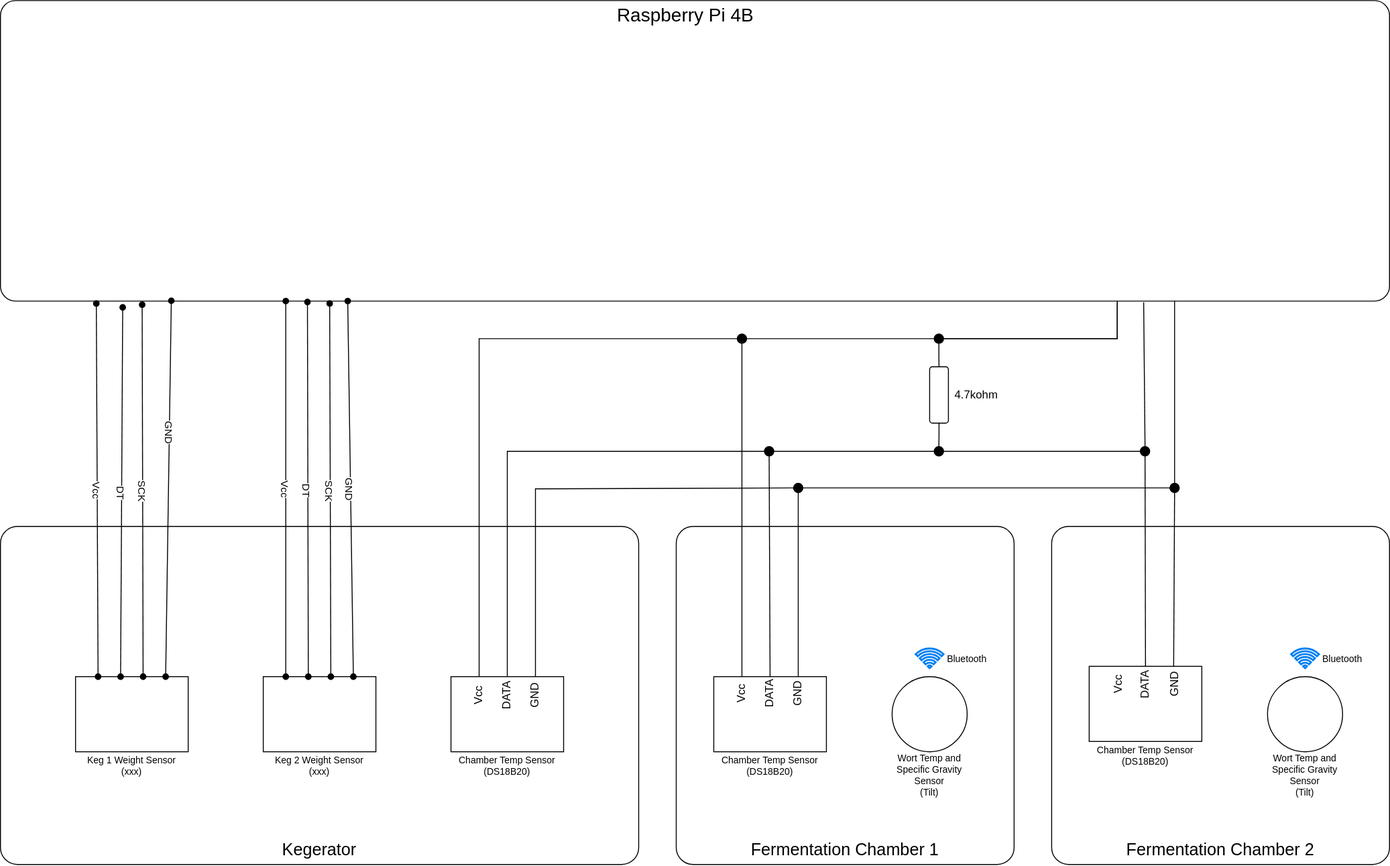
This is BreweryMonitor.drawio.svg from austinshinkle/OB_BreweryMonitor, a draw.io export, as it was before one commit. Source tidied: cells renumbered, new cells last; positions are measured from the earlier drawing's top-left corner, leaving out a move shared by most shapes.
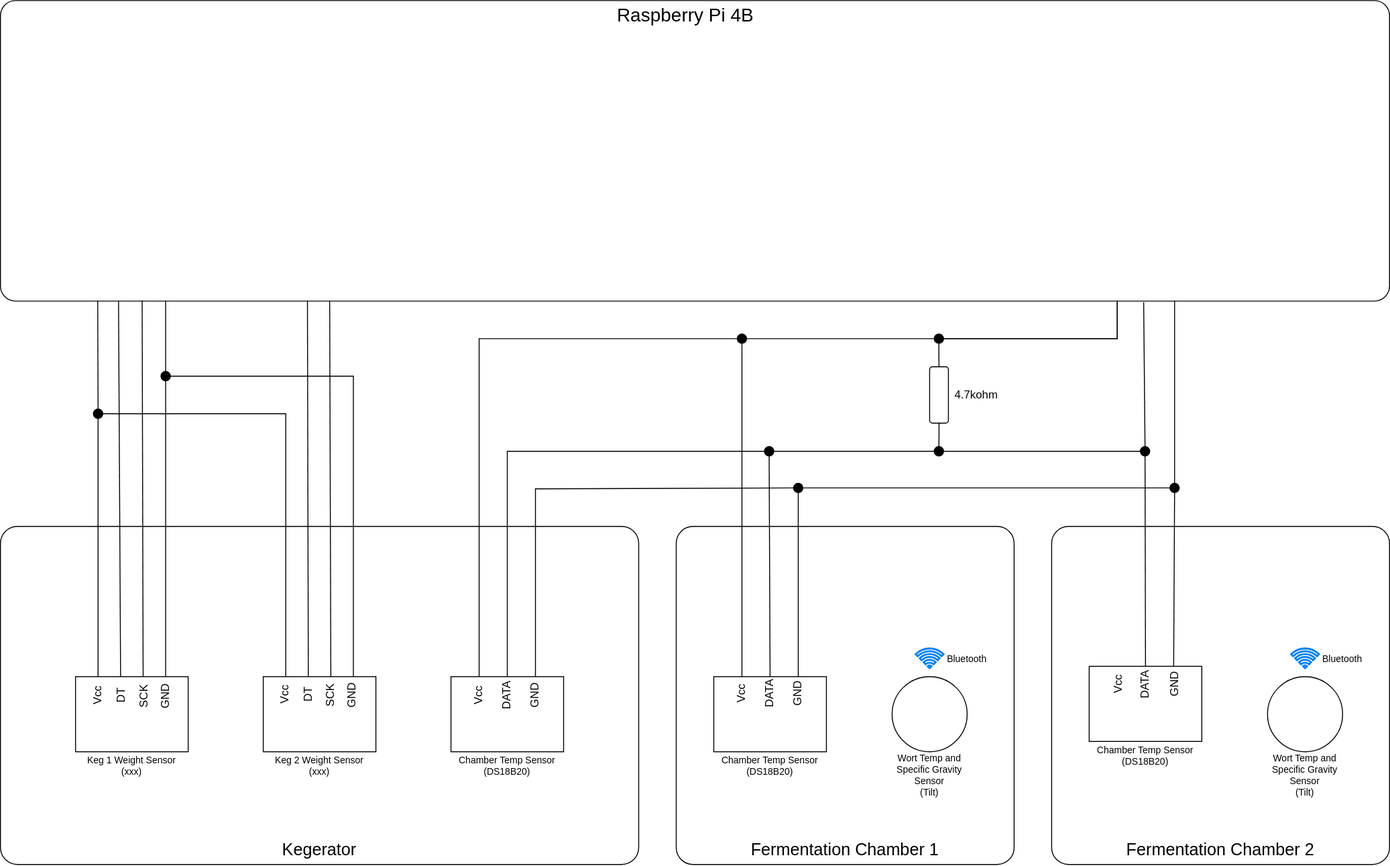
Later version of the same file.

What changed in the source:
```diff
@@ -5,7 +5,7 @@
     <mxCell id="2" style="rounded=1;whiteSpace=wrap;html=1;arcSize=5;" parent="1" vertex="1">
       <mxGeometry width="1480" height="320" as="geometry" />
     </mxCell>
-    <mxCell id="3" value="fd" style="rounded=1;whiteSpace=wrap;html=1;arcSize=5;" parent="1" vertex="1">
+    <mxCell id="3" value="fd" style="rounded=1;whiteSpace=wrap;html=1;arcSize=5;fillColor=none;" parent="1" vertex="1">
       <mxGeometry y="560" width="680" height="360" as="geometry" />
     </mxCell>
     <mxCell id="4" style="rounded=1;whiteSpace=wrap;html=1;arcSize=5;" parent="1" vertex="1">
@@ -32,32 +32,12 @@
     <mxCell id="11" value="Bluetooth" style="text;html=1;align=center;verticalAlign=middle;whiteSpace=wrap;rounded=0;fontSize=10;" parent="1" vertex="1">
       <mxGeometry x="1404.8" y="691" width="50" height="20" as="geometry" />
     </mxCell>
-    <mxCell id="12" style="endArrow=oval;html=1;rounded=0;entryX=0.2;entryY=0;entryDx=0;entryDy=0;entryPerimeter=0;endFill=1;startArrow=oval;startFill=1;" parent="1" edge="1" target="6">
-      <mxGeometry relative="1" as="geometry">
-        <mxPoint x="304" y="320" as="sourcePoint" />
-      </mxGeometry>
-    </mxCell>
-    <mxCell id="13" value="Vcc" style="edgeLabel;html=1;align=center;verticalAlign=middle;rotation=90;" parent="12" vertex="1">
-      <mxGeometry relative="1" as="geometry" />
-    </mxCell>
-    <mxCell id="14" style="endArrow=oval;html=1;rounded=0;entryX=0.8;entryY=0;entryDx=0;entryDy=0;entryPerimeter=0;endFill=1;startArrow=oval;startFill=1;exitX=0.25;exitY=1;exitDx=0;exitDy=0;" parent="1" edge="1" source="2" target="6">
-      <mxGeometry relative="1" as="geometry" />
-    </mxCell>
-    <mxCell id="15" value="GND" style="edgeLabel;html=1;align=center;verticalAlign=middle;rotation=90;" parent="14" vertex="1">
-      <mxGeometry relative="1" as="geometry" />
-    </mxCell>
-    <mxCell id="16" style="endArrow=oval;html=1;rounded=0;entryX=0.4;entryY=0;entryDx=0;entryDy=0;entryPerimeter=0;endFill=1;startArrow=oval;startFill=1;exitX=0.221;exitY=1.003;exitDx=0;exitDy=0;exitPerimeter=0;" parent="1" edge="1" source="2" target="6">
+    <mxCell id="16" style="endArrow=none;html=1;rounded=0;entryX=0.4;entryY=0;entryDx=0;entryDy=0;entryPerimeter=0;endFill=0;startArrow=none;startFill=0;exitX=0.221;exitY=1;exitDx=0;exitDy=0;exitPerimeter=0;" parent="1" edge="1" source="2" target="6">
       <mxGeometry relative="1" as="geometry" />
     </mxCell>
-    <mxCell id="17" value="DT" style="edgeLabel;html=1;align=center;verticalAlign=middle;rotation=90;" parent="16" vertex="1">
-      <mxGeometry relative="1" as="geometry" />
-    </mxCell>
-    <mxCell id="18" style="endArrow=oval;html=1;rounded=0;entryX=0.6;entryY=0;entryDx=0;entryDy=0;entryPerimeter=0;endFill=1;startArrow=oval;startFill=1;exitX=0.237;exitY=1.008;exitDx=0;exitDy=0;exitPerimeter=0;" parent="1" edge="1" source="2" target="6">
+    <mxCell id="18" style="endArrow=none;html=1;rounded=0;entryX=0.6;entryY=0;entryDx=0;entryDy=0;entryPerimeter=0;endFill=0;startArrow=none;startFill=0;exitX=0.237;exitY=1;exitDx=0;exitDy=0;exitPerimeter=0;" parent="1" edge="1" source="2" target="6">
       <mxGeometry relative="1" as="geometry" />
     </mxCell>
-    <mxCell id="19" value="SCK" style="edgeLabel;html=1;align=center;verticalAlign=middle;rotation=90;" parent="18" vertex="1">
-      <mxGeometry relative="1" as="geometry" />
-    </mxCell>
     <mxCell id="20" style="rounded=1;whiteSpace=wrap;html=1;arcSize=5;" parent="1" vertex="1">
       <mxGeometry x="720" y="560" width="360" height="360" as="geometry" />
     </mxCell>
@@ -79,32 +59,18 @@
     <mxCell id="26" value="Bluetooth" style="text;html=1;align=center;verticalAlign=middle;whiteSpace=wrap;rounded=0;fontSize=10;" parent="1" vertex="1">
       <mxGeometry x="1004.8" y="691" width="50" height="20" as="geometry" />
     </mxCell>
-    <mxCell id="27" style="endArrow=oval;html=1;rounded=0;entryX=0.2;entryY=0;entryDx=0;entryDy=0;entryPerimeter=0;exitX=0.069;exitY=1.008;exitDx=0;exitDy=0;exitPerimeter=0;endFill=1;startArrow=oval;startFill=1;" parent="1" edge="1" source="2" target="22">
+    <mxCell id="27" style="endArrow=none;html=1;rounded=0;entryX=0.2;entryY=0;entryDx=0;entryDy=0;entryPerimeter=0;exitX=0.5;exitY=1;exitDx=0;exitDy=0;endFill=0;startArrow=none;startFill=0;" parent="1" edge="1" source="88" target="22">
       <mxGeometry relative="1" as="geometry" />
     </mxCell>
-    <mxCell id="28" value="Vcc" style="edgeLabel;html=1;align=center;verticalAlign=middle;rotation=90;" parent="27" vertex="1">
-      <mxGeometry relative="1" as="geometry" />
-    </mxCell>
-    <mxCell id="29" style="endArrow=oval;html=1;rounded=0;entryX=0.8;entryY=0;entryDx=0;entryDy=0;entryPerimeter=0;exitX=0.123;exitY=0.999;exitDx=0;exitDy=0;exitPerimeter=0;strokeColor=default;endFill=1;startArrow=oval;startFill=1;" parent="1" edge="1" source="2" target="22">
+    <mxCell id="29" style="endArrow=none;html=1;rounded=0;entryX=0.8;entryY=0;entryDx=0;entryDy=0;entryPerimeter=0;strokeColor=default;endFill=0;startArrow=none;startFill=0;" parent="1" edge="1" source="90" target="22">
       <mxGeometry relative="1" as="geometry" />
     </mxCell>
-    <mxCell id="30" value="GND" style="edgeLabel;html=1;align=center;verticalAlign=middle;rotation=90;" parent="29" vertex="1">
-      <mxGeometry relative="1" as="geometry">
-        <mxPoint x="1" y="-60" as="offset" />
-      </mxGeometry>
-    </mxCell>
-    <mxCell id="31" style="endArrow=oval;html=1;rounded=0;entryX=0.4;entryY=0;entryDx=0;entryDy=0;entryPerimeter=0;exitX=0.088;exitY=1.021;exitDx=0;exitDy=0;exitPerimeter=0;endFill=1;startArrow=oval;startFill=1;" parent="1" edge="1" source="2" target="22">
+    <mxCell id="31" style="endArrow=none;html=1;rounded=0;entryX=0.4;entryY=0;entryDx=0;entryDy=0;entryPerimeter=0;exitX=0.085;exitY=1.001;exitDx=0;exitDy=0;exitPerimeter=0;endFill=0;startArrow=none;startFill=0;" parent="1" edge="1" source="2" target="22">
       <mxGeometry relative="1" as="geometry" />
     </mxCell>
-    <mxCell id="32" value="DT" style="edgeLabel;html=1;align=center;verticalAlign=middle;rotation=90;" parent="31" vertex="1">
-      <mxGeometry relative="1" as="geometry" />
-    </mxCell>
-    <mxCell id="33" style="endArrow=oval;html=1;rounded=0;entryX=0.6;entryY=0;entryDx=0;entryDy=0;entryPerimeter=0;exitX=0.102;exitY=1.012;exitDx=0;exitDy=0;exitPerimeter=0;endFill=1;startArrow=oval;startFill=1;" parent="1" edge="1" source="2" target="22">
+    <mxCell id="33" style="endArrow=none;html=1;rounded=0;entryX=0.6;entryY=0;entryDx=0;entryDy=0;entryPerimeter=0;exitX=0.102;exitY=0.998;exitDx=0;exitDy=0;exitPerimeter=0;endFill=0;startArrow=none;startFill=0;" parent="1" edge="1" source="2" target="22">
       <mxGeometry relative="1" as="geometry" />
     </mxCell>
-    <mxCell id="34" value="SCK" style="edgeLabel;html=1;align=center;verticalAlign=middle;rotation=90;" parent="33" vertex="1">
-      <mxGeometry relative="1" as="geometry" />
-    </mxCell>
     <mxCell id="35" value="Kegerator" style="text;html=1;align=center;verticalAlign=middle;whiteSpace=wrap;rounded=0;fontSize=18;" parent="1" vertex="1">
       <mxGeometry x="230" y="890" width="220" height="30" as="geometry" />
     </mxCell>
@@ -266,5 +232,57 @@
     <mxCell id="78" style="ellipse;whiteSpace=wrap;html=1;fillColor=#000000;" parent="1" vertex="1">
       <mxGeometry x="785" y="355" width="10" height="10" as="geometry" />
     </mxCell>
+    <mxCell id="79" value="DT" style="text;html=1;align=center;verticalAlign=middle;whiteSpace=wrap;rounded=0;horizontal=1;rotation=-90;" parent="1" vertex="1">
+      <mxGeometry x="313" y="734" width="30" height="10" as="geometry" />
+    </mxCell>
+    <mxCell id="80" value="GND" style="text;html=1;align=center;verticalAlign=middle;whiteSpace=wrap;rounded=0;horizontal=1;rotation=-90;" parent="1" vertex="1">
+      <mxGeometry x="360" y="735" width="30" height="10" as="geometry" />
+    </mxCell>
+    <mxCell id="81" value="Vcc" style="text;html=1;align=center;verticalAlign=middle;whiteSpace=wrap;rounded=0;horizontal=1;rotation=-90;" parent="1" vertex="1">
+      <mxGeometry x="288" y="734" width="30" height="10" as="geometry" />
+    </mxCell>
+    <mxCell id="82" value="SCK" style="text;html=1;align=center;verticalAlign=middle;whiteSpace=wrap;rounded=0;horizontal=1;rotation=-90;" parent="1" vertex="1">
+      <mxGeometry x="337" y="735" width="30" height="10" as="geometry" />
+    </mxCell>
+    <mxCell id="83" value="DT" style="text;html=1;align=center;verticalAlign=middle;whiteSpace=wrap;rounded=0;horizontal=1;rotation=-90;" parent="1" vertex="1">
+      <mxGeometry x="114" y="735" width="30" height="10" as="geometry" />
+    </mxCell>
+    <mxCell id="84" value="GND" style="text;html=1;align=center;verticalAlign=middle;whiteSpace=wrap;rounded=0;horizontal=1;rotation=-90;" parent="1" vertex="1">
+      <mxGeometry x="161" y="736" width="30" height="10" as="geometry" />
+    </mxCell>
+    <mxCell id="85" value="Vcc" style="text;html=1;align=center;verticalAlign=middle;whiteSpace=wrap;rounded=0;horizontal=1;rotation=-90;" parent="1" vertex="1">
+      <mxGeometry x="89" y="735" width="30" height="10" as="geometry" />
+    </mxCell>
+    <mxCell id="86" value="SCK" style="text;html=1;align=center;verticalAlign=middle;whiteSpace=wrap;rounded=0;horizontal=1;rotation=-90;" parent="1" vertex="1">
+      <mxGeometry x="138" y="736" width="30" height="10" as="geometry" />
+    </mxCell>
+    <mxCell id="87" style="endArrow=none;html=1;rounded=0;entryX=0.5;entryY=0;entryDx=0;entryDy=0;exitX=0.07;exitY=0.999;exitDx=0;exitDy=0;exitPerimeter=0;endFill=0;startArrow=none;startFill=0;" parent="1" edge="1" source="2" target="88">
+      <mxGeometry relative="1" as="geometry" />
+    </mxCell>
+    <mxCell id="88" style="ellipse;whiteSpace=wrap;html=1;fillColor=#000000;" parent="1" vertex="1">
+      <mxGeometry x="99" y="435" width="10" height="10" as="geometry" />
+    </mxCell>
+    <mxCell id="89" style="endArrow=none;html=1;rounded=0;entryX=0.5;entryY=0;entryDx=0;entryDy=0;strokeColor=default;endFill=0;startArrow=none;startFill=0;" parent="1" edge="1" target="90">
+      <mxGeometry relative="1" as="geometry">
+        <mxPoint x="176" y="320" as="sourcePoint" />
+      </mxGeometry>
+    </mxCell>
+    <mxCell id="90" style="ellipse;whiteSpace=wrap;html=1;fillColor=#000000;" parent="1" vertex="1">
+      <mxGeometry x="171" y="395" width="10" height="10" as="geometry" />
+    </mxCell>
+    <mxCell id="91" style="endArrow=none;html=1;rounded=0;entryX=0.8;entryY=0;entryDx=0;entryDy=0;startArrow=none;startFill=0;endFill=0;edgeStyle=elbowEdgeStyle;elbow=vertical;jumpStyle=none;exitX=1;exitY=0.5;exitDx=0;exitDy=0;entryPerimeter=0;" parent="1" edge="1" source="90" target="6">
+      <mxGeometry relative="1" as="geometry">
+        <Array as="points">
+          <mxPoint x="280" y="400" />
+        </Array>
+      </mxGeometry>
+    </mxCell>
+    <mxCell id="92" style="endArrow=none;html=1;rounded=0;startArrow=none;startFill=0;endFill=0;edgeStyle=elbowEdgeStyle;elbow=vertical;jumpStyle=none;exitX=1;exitY=0.5;exitDx=0;exitDy=0;entryX=0.2;entryY=0;entryDx=0;entryDy=0;entryPerimeter=0;" parent="1" edge="1" source="88" target="6">
+      <mxGeometry relative="1" as="geometry">
+        <Array as="points">
+          <mxPoint x="210" y="440" />
+        </Array>
+      </mxGeometry>
+    </mxCell>
   </root>
 </mxGraphModel>
```
